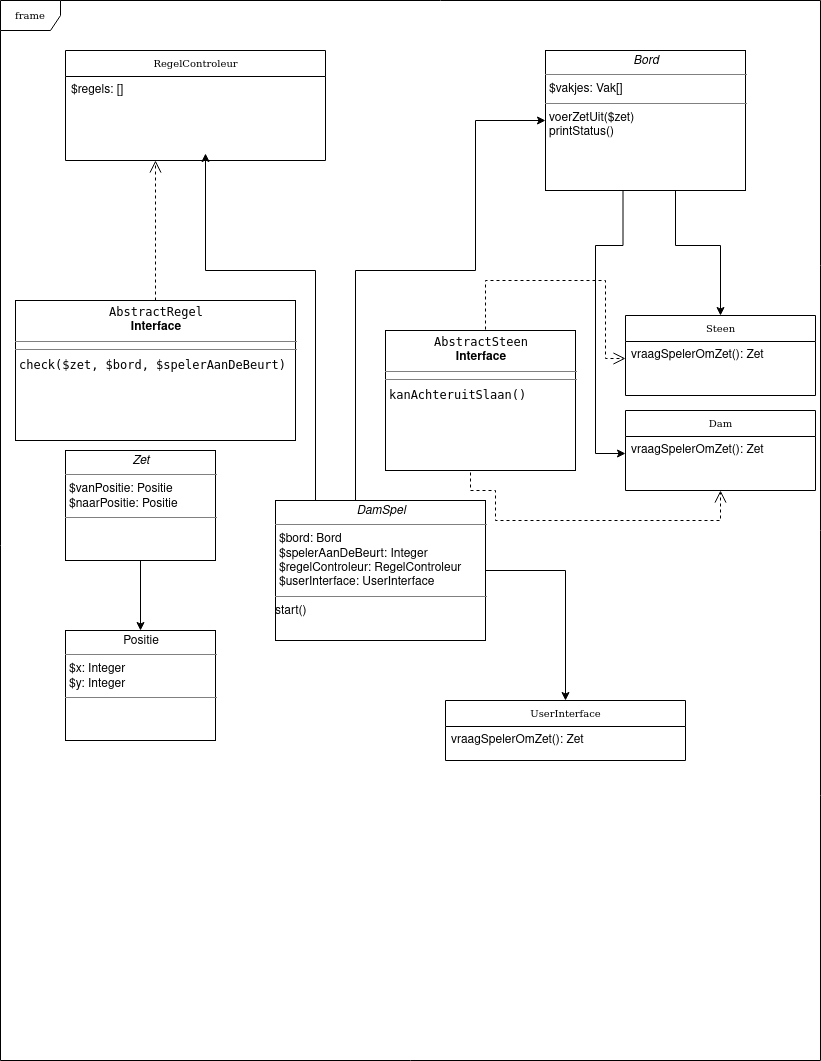
Above: klassendiagram.png in wout-meijer/Dammen-Klassendiagram-845bcd5a (draw.io), before the change. Source tidied: cells renumbered, new cells last; positions are measured from the earlier drawing's top-left corner, leaving out a move shared by most shapes.
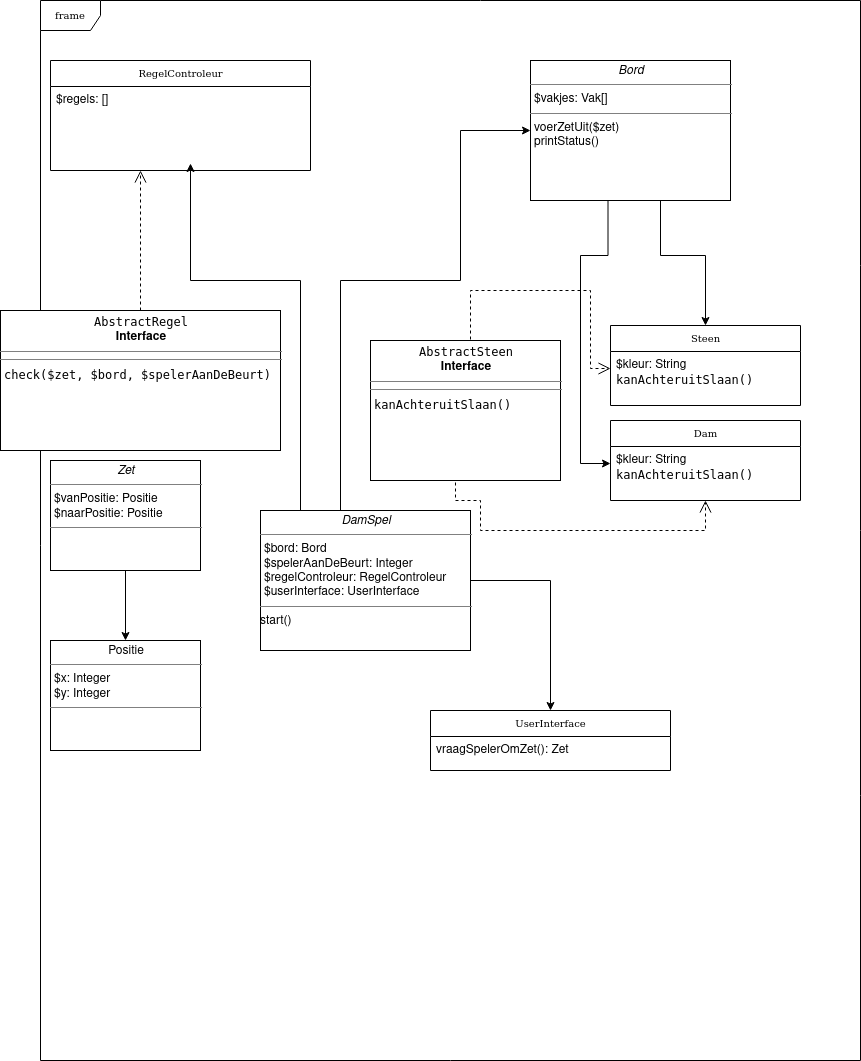
Later version of the same file.

What changed in the source:
```diff
@@ -3,7 +3,7 @@
     <mxCell id="0" />
     <mxCell id="1" parent="0" />
     <mxCell id="2" value="frame" style="shape=umlFrame;whiteSpace=wrap;html=1;rounded=0;shadow=0;comic=0;labelBackgroundColor=none;strokeWidth=1;fontFamily=Verdana;fontSize=10;align=center;" parent="1" vertex="1">
-      <mxGeometry width="820" height="1060" as="geometry" />
+      <mxGeometry x="55" y="-10" width="820" height="1060" as="geometry" />
     </mxCell>
     <mxCell id="3" style="edgeStyle=orthogonalEdgeStyle;rounded=0;html=1;dashed=1;labelBackgroundColor=none;startFill=0;endArrow=open;endFill=0;endSize=10;fontFamily=Verdana;fontSize=10;exitX=0.5;exitY=0;exitDx=0;exitDy=0;entryX=0;entryY=0.5;entryDx=0;entryDy=0;" parent="1" edge="1" source="17" target="19">
       <mxGeometry relative="1" as="geometry">
@@ -81,13 +81,13 @@
     <mxCell id="18" value="Steen" style="swimlane;html=1;fontStyle=0;horizontal=1;startSize=26;fillColor=none;swimlaneFillColor=#ffffff;rounded=0;shadow=0;comic=0;labelBackgroundColor=none;strokeWidth=1;fontFamily=Verdana;fontSize=10;align=center;" parent="1" vertex="1">
       <mxGeometry x="625" y="315" width="190" height="80" as="geometry" />
     </mxCell>
-    <mxCell id="19" value="vraagSpelerOmZet(): Zet" style="text;html=1;strokeColor=none;fillColor=none;align=left;verticalAlign=top;spacingLeft=4;spacingRight=4;whiteSpace=wrap;overflow=hidden;points=[[0,0.5],[1,0.5]];portConstraint=eastwest;" parent="18" vertex="1">
+    <mxCell id="19" value="&lt;div&gt;$kleur: String&lt;/div&gt;&lt;div&gt;&lt;code&gt;kanAchteruitSlaan()&lt;/code&gt;&lt;/div&gt;&lt;div&gt;&lt;br&gt;&lt;/div&gt;&lt;div&gt;&lt;code&gt;kanAchteruitSlaan()&lt;/code&gt;&lt;/div&gt;" style="text;html=1;strokeColor=none;fillColor=none;align=left;verticalAlign=top;spacingLeft=4;spacingRight=4;whiteSpace=wrap;overflow=hidden;points=[[0,0.5],[1,0.5]];portConstraint=eastwest;" parent="18" vertex="1">
       <mxGeometry y="26" width="190" height="34" as="geometry" />
     </mxCell>
     <mxCell id="20" value="Dam" style="swimlane;html=1;fontStyle=0;horizontal=1;startSize=26;fillColor=none;swimlaneFillColor=#ffffff;rounded=0;shadow=0;comic=0;labelBackgroundColor=none;strokeWidth=1;fontFamily=Verdana;fontSize=10;align=center;" parent="1" vertex="1">
       <mxGeometry x="625" y="410" width="190" height="80" as="geometry" />
     </mxCell>
-    <mxCell id="21" value="vraagSpelerOmZet(): Zet" style="text;html=1;strokeColor=none;fillColor=none;align=left;verticalAlign=top;spacingLeft=4;spacingRight=4;whiteSpace=wrap;overflow=hidden;points=[[0,0.5],[1,0.5]];portConstraint=eastwest;" parent="20" vertex="1">
+    <mxCell id="21" value="&lt;div&gt;$kleur: String&lt;/div&gt;&lt;div&gt;&lt;code&gt;kanAchteruitSlaan()&lt;/code&gt;&lt;/div&gt;" style="text;html=1;strokeColor=none;fillColor=none;align=left;verticalAlign=top;spacingLeft=4;spacingRight=4;whiteSpace=wrap;overflow=hidden;points=[[0,0.5],[1,0.5]];portConstraint=eastwest;" parent="20" vertex="1">
       <mxGeometry y="26" width="190" height="34" as="geometry" />
     </mxCell>
     <mxCell id="22" style="edgeStyle=orthogonalEdgeStyle;rounded=0;html=1;dashed=1;labelBackgroundColor=none;startFill=0;endArrow=open;endFill=0;endSize=10;fontFamily=Verdana;fontSize=10;exitX=0.5;exitY=1;exitDx=0;exitDy=0;entryX=0.5;entryY=1;entryDx=0;entryDy=0;" parent="1" edge="1" source="17" target="20">
```
